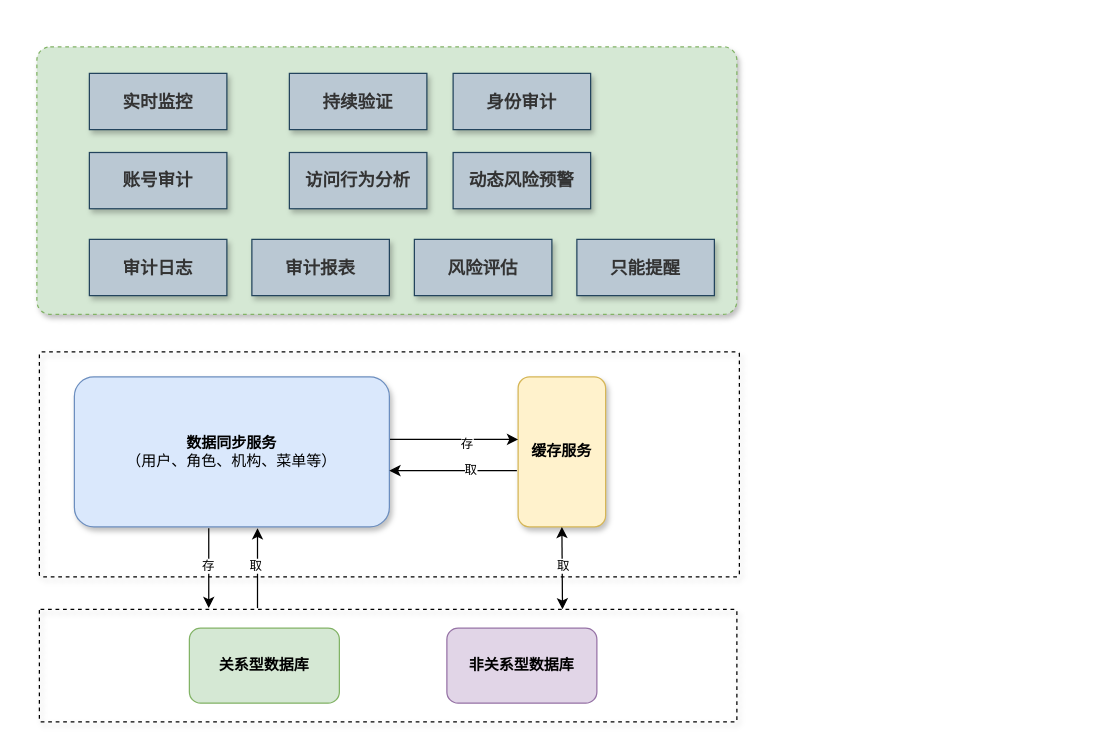
sun-beijixing/drawio keeps this draw.io diagram as page "第 1 页" (1 of 2) of 东庄信息化项目-统一权限管理-审计.drawio. Above is the earlier version. Source tidied: cells renumbered, new cells numbered last; positions are measured from the earlier drawing's top-left corner, leaving out a move shared by most shapes. Both pictures are drawn from the tidied source at 125%, with x=0, y=0 at pixel (36, 46).
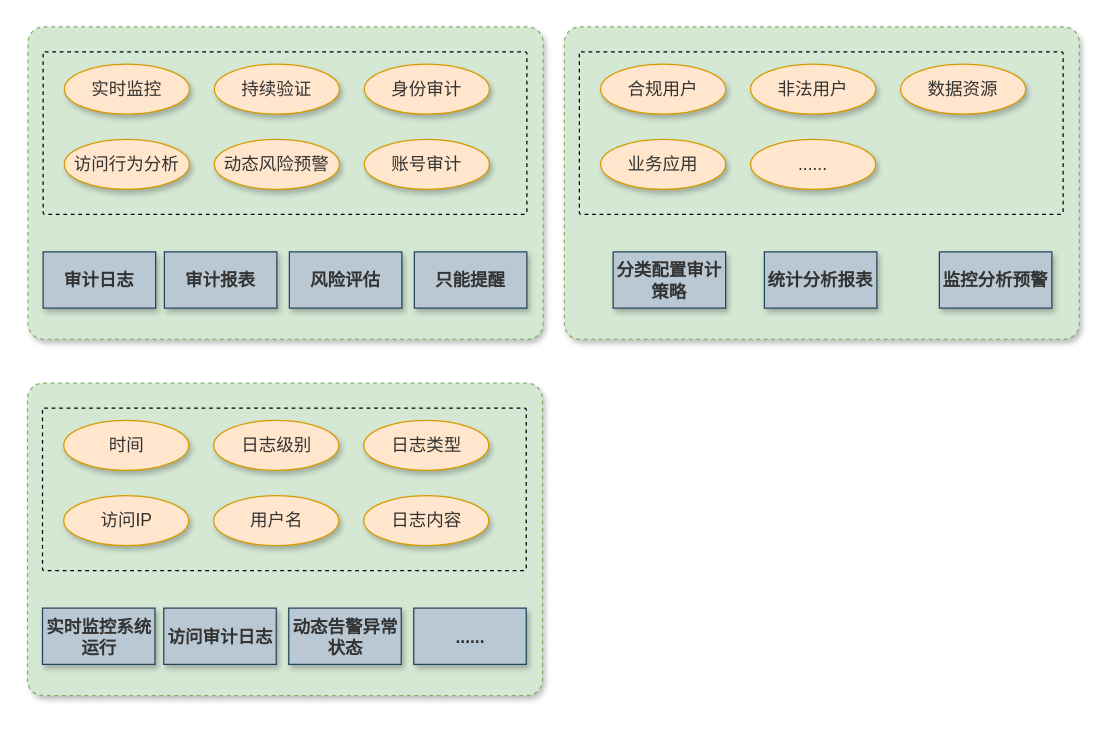
The same page after the edit.

Commit message (it also covers changes not shown here):
更新东庄信息化项目-统一权限管理-审计.drawio

The edit, as a diff of the source:
```diff
@@
+    <mxCell id="3" style="rounded=1;whiteSpace=wrap;html=1;shadow=1;fontSize=11;strokeWidth=1;fillColor=#d5e8d4;dashed=1;arcSize=5;strokeColor=#82b366;" parent="1" vertex="1">
+      <mxGeometry x="-7" y="-16" width="412" height="250" as="geometry" />
+    </mxCell>
-    <mxCell id="2" style="text;html=1;fillColor=none;align=center;verticalAlign=middle;whiteSpace=wrap;fontSize=54;fontStyle=1;shadow=1;rounded=1;glass=0;sketch=0;arcSize=1;dashed=1;strokeWidth=1;strokeColor=default;" parent="1" vertex="1">
-      <mxGeometry x="2" y="244" width="560" height="180" as="geometry" />
+    <mxCell id="2" style="text;html=1;fillColor=none;align=center;verticalAlign=middle;whiteSpace=wrap;fontSize=54;fontStyle=1;shadow=0;rounded=1;glass=0;sketch=0;arcSize=1;dashed=1;strokeWidth=1;strokeColor=default;" parent="1" vertex="1">
+      <mxGeometry x="5" y="4" width="387" height="130" as="geometry" />
     </mxCell>
-    <mxCell id="3" style="rounded=1;whiteSpace=wrap;html=1;shadow=1;fontSize=11;strokeWidth=1;fillColor=#d5e8d4;dashed=1;arcSize=5;strokeColor=#82b366;" parent="1" vertex="1">
-      <mxGeometry width="560" height="214" as="geometry" />
-    </mxCell>
-    <mxCell id="4" value="&lt;b style=&quot;color: rgb(51, 51, 51); font-size: 14px;&quot;&gt;实时监控&lt;/b&gt;" style="rounded=0;whiteSpace=wrap;html=1;shadow=1;fontSize=11;strokeColor=#23445d;strokeWidth=1;fillColor=#bac8d3;" parent="1" vertex="1">
-      <mxGeometry x="42" y="21.2" width="110" height="45" as="geometry" />
-    </mxCell>
-    <mxCell id="5" value="&lt;b style=&quot;color: rgb(51, 51, 51); font-size: 14px;&quot;&gt;账号审计&lt;/b&gt;" style="rounded=0;whiteSpace=wrap;html=1;shadow=1;fontSize=11;strokeColor=#23445d;strokeWidth=1;fillColor=#bac8d3;" parent="1" vertex="1">
-      <mxGeometry x="42" y="84.5" width="110" height="45" as="geometry" />
-    </mxCell>
-    <mxCell id="6" style="text;html=1;fillColor=none;align=center;verticalAlign=middle;whiteSpace=wrap;fontSize=54;fontStyle=1;shadow=1;rounded=1;glass=0;sketch=0;arcSize=1;dashed=1;strokeWidth=1;strokeColor=default;" parent="1" vertex="1">
-      <mxGeometry x="2" y="450" width="558" height="90" as="geometry" />
-    </mxCell>
-    <mxCell id="7" value="&lt;b&gt;关系型数据库&lt;/b&gt;" style="rounded=1;whiteSpace=wrap;html=1;fillColor=#d5e8d4;strokeColor=#82b366;" parent="1" vertex="1">
-      <mxGeometry x="122" y="465" width="120" height="60" as="geometry" />
-    </mxCell>
-    <mxCell id="8" value="&lt;b&gt;非关系型数据库&lt;/b&gt;" style="rounded=1;whiteSpace=wrap;html=1;fillColor=#e1d5e7;strokeColor=#9673a6;" parent="1" vertex="1">
-      <mxGeometry x="328" y="465" width="120" height="60" as="geometry" />
-    </mxCell>
-    <mxCell id="9" value="&lt;b&gt;缓存服务&lt;/b&gt;" style="rounded=1;whiteSpace=wrap;html=1;fillColor=#fff2cc;strokeColor=#d6b656;shadow=1;arcSize=13;" parent="1" vertex="1">
-      <mxGeometry x="385" y="264" width="70" height="120" as="geometry" />
-    </mxCell>
-    <mxCell id="10" style="endArrow=classic;html=1;rounded=0;fontSize=10;entryX=0;entryY=0.5;entryDx=0;entryDy=0;exitX=1;exitY=0.5;exitDx=0;exitDy=0;" parent="1" edge="1">
-      <mxGeometry relative="1" as="geometry">
-        <mxPoint x="278" y="314" as="sourcePoint" />
-        <mxPoint x="385" y="314" as="targetPoint" />
-      </mxGeometry>
-    </mxCell>
-    <mxCell id="11" value="存" style="edgeLabel;html=1;align=center;verticalAlign=middle;fontSize=10;" parent="10" vertex="1">
-      <mxGeometry x="0.21" y="-2" relative="1" as="geometry" />
-    </mxCell>
-    <mxCell id="12" style="endArrow=classic;startArrow=classic;html=1;rounded=0;fontSize=11;fontColor=#000000;strokeColor=#000000;jumpStyle=none;entryX=0.5;entryY=1;entryDx=0;entryDy=0;exitX=0.75;exitY=0;exitDx=0;exitDy=0;" parent="1" edge="1" source="6" target="9">
-      <mxGeometry relative="1" as="geometry" />
-    </mxCell>
-    <mxCell id="13" value="取" style="edgeLabel;html=1;align=center;verticalAlign=middle;fontSize=10;" parent="12" vertex="1">
-      <mxGeometry x="-0.38" y="-1" relative="1" as="geometry">
-        <mxPoint x="-1" y="-15" as="offset" />
-      </mxGeometry>
-    </mxCell>
-    <mxCell id="14" value="&lt;b&gt;数据同步服务&lt;/b&gt;&lt;br&gt;（用户、角色、机构、菜单等）" style="rounded=1;whiteSpace=wrap;html=1;fillColor=#dae8fc;strokeColor=#6c8ebf;shadow=1;arcSize=13;" parent="1" vertex="1">
-      <mxGeometry x="30" y="264" width="252" height="120" as="geometry" />
-    </mxCell>
-    <mxCell id="15" style="endArrow=classic;html=1;rounded=0;fontSize=10;entryX=0.5;entryY=0;entryDx=0;entryDy=0;exitX=0.25;exitY=1;exitDx=0;exitDy=0;" parent="1" edge="1">
-      <mxGeometry relative="1" as="geometry">
-        <mxPoint x="137.5" y="385" as="sourcePoint" />
-        <mxPoint x="137.5" y="449" as="targetPoint" />
-      </mxGeometry>
-    </mxCell>
-    <mxCell id="16" value="存" style="edgeLabel;html=1;align=center;verticalAlign=middle;fontSize=10;" parent="15" vertex="1">
-      <mxGeometry x="-0.34" relative="1" as="geometry">
-        <mxPoint x="-1" y="8" as="offset" />
-      </mxGeometry>
-    </mxCell>
-    <mxCell id="17" style="endArrow=classic;html=1;rounded=0;fontSize=10;exitX=1;exitY=0.5;exitDx=0;exitDy=0;" parent="1" edge="1">
-      <mxGeometry relative="1" as="geometry">
-        <mxPoint x="384" y="339" as="sourcePoint" />
-        <mxPoint x="282" y="339" as="targetPoint" />
-      </mxGeometry>
-    </mxCell>
-    <mxCell id="18" value="取" style="edgeLabel;html=1;align=center;verticalAlign=middle;fontSize=10;" parent="17" vertex="1">
-      <mxGeometry x="-0.25" y="-2" relative="1" as="geometry" />
-    </mxCell>
-    <mxCell id="19" style="endArrow=classic;html=1;rounded=0;fontSize=10;entryX=0.5;entryY=0;entryDx=0;entryDy=0;exitX=0.25;exitY=1;exitDx=0;exitDy=0;" parent="1" edge="1">
-      <mxGeometry relative="1" as="geometry">
-        <mxPoint x="176.5" y="449" as="sourcePoint" />
-        <mxPoint x="176.5" y="385" as="targetPoint" />
-      </mxGeometry>
-    </mxCell>
-    <mxCell id="20" value="取" style="edgeLabel;html=1;align=center;verticalAlign=middle;fontSize=10;" parent="19" vertex="1">
-      <mxGeometry x="0.41" y="2" relative="1" as="geometry">
-        <mxPoint y="10" as="offset" />
-      </mxGeometry>
-    </mxCell>
-    <mxCell id="21" value="&lt;b style=&quot;color: rgb(51, 51, 51); font-size: 14px;&quot;&gt;持续验证&lt;/b&gt;" style="rounded=0;whiteSpace=wrap;html=1;shadow=1;fontSize=11;strokeColor=#23445d;strokeWidth=1;fillColor=#bac8d3;" parent="1" vertex="1">
-      <mxGeometry x="202" y="21.2" width="110" height="45" as="geometry" />
-    </mxCell>
-    <mxCell id="22" value="&lt;b style=&quot;color: rgb(51, 51, 51); font-size: 14px;&quot;&gt;身份审计&lt;/b&gt;" style="rounded=0;whiteSpace=wrap;html=1;shadow=1;fontSize=11;strokeColor=#23445d;strokeWidth=1;fillColor=#bac8d3;" parent="1" vertex="1">
-      <mxGeometry x="333" y="21.2" width="110" height="45" as="geometry" />
-    </mxCell>
-    <mxCell id="23" value="&lt;b style=&quot;color: rgb(51, 51, 51); font-size: 14px;&quot;&gt;访问行为分析&lt;/b&gt;" style="rounded=0;whiteSpace=wrap;html=1;shadow=1;fontSize=11;strokeColor=#23445d;strokeWidth=1;fillColor=#bac8d3;" parent="1" vertex="1">
-      <mxGeometry x="202" y="84.5" width="110" height="45" as="geometry" />
-    </mxCell>
-    <mxCell id="24" value="&lt;b style=&quot;color: rgb(51, 51, 51); font-size: 14px;&quot;&gt;动态风险预警&lt;/b&gt;" style="rounded=0;whiteSpace=wrap;html=1;shadow=1;fontSize=11;strokeColor=#23445d;strokeWidth=1;fillColor=#bac8d3;" parent="1" vertex="1">
-      <mxGeometry x="333" y="84.5" width="110" height="45" as="geometry" />
-    </mxCell>
     <mxCell id="25" value="&lt;b style=&quot;color: rgb(51, 51, 51); font-size: 14px;&quot;&gt;审计日志&lt;/b&gt;" style="rounded=0;whiteSpace=wrap;html=1;shadow=1;fontSize=11;strokeColor=#23445d;strokeWidth=1;fillColor=#bac8d3;" parent="1" vertex="1">
-      <mxGeometry x="42" y="154" width="110" height="45" as="geometry" />
+      <mxGeometry x="5" y="164" width="90" height="45" as="geometry" />
     </mxCell>
     <mxCell id="26" value="&lt;b style=&quot;color: rgb(51, 51, 51); font-size: 14px;&quot;&gt;审计报表&lt;/b&gt;" style="rounded=0;whiteSpace=wrap;html=1;shadow=1;fontSize=11;strokeColor=#23445d;strokeWidth=1;fillColor=#bac8d3;" parent="1" vertex="1">
-      <mxGeometry x="172" y="154" width="110" height="45" as="geometry" />
+      <mxGeometry x="102" y="164" width="90" height="45" as="geometry" />
     </mxCell>
     <mxCell id="27" value="&lt;font color=&quot;#333333&quot;&gt;&lt;span style=&quot;font-size: 14px;&quot;&gt;&lt;b&gt;风险评估&lt;/b&gt;&lt;/span&gt;&lt;/font&gt;" style="rounded=0;whiteSpace=wrap;html=1;shadow=1;fontSize=11;strokeColor=#23445d;strokeWidth=1;fillColor=#bac8d3;" parent="1" vertex="1">
-      <mxGeometry x="302" y="154" width="110" height="45" as="geometry" />
+      <mxGeometry x="202" y="164" width="90" height="45" as="geometry" />
     </mxCell>
     <mxCell id="28" value="&lt;font color=&quot;#333333&quot;&gt;&lt;span style=&quot;font-size: 14px;&quot;&gt;&lt;b&gt;只能提醒&lt;/b&gt;&lt;/span&gt;&lt;/font&gt;" style="rounded=0;whiteSpace=wrap;html=1;shadow=1;fontSize=11;strokeColor=#23445d;strokeWidth=1;fillColor=#bac8d3;" parent="1" vertex="1">
-      <mxGeometry x="432" y="154" width="110" height="45" as="geometry" />
+      <mxGeometry x="302" y="164" width="90" height="45" as="geometry" />
     </mxCell>
+    <mxCell id="4" value="&lt;span style=&quot;color: rgb(51, 51, 51); font-size: 14px;&quot;&gt;实时监控&lt;/span&gt;" style="ellipse;whiteSpace=wrap;html=1;shadow=1;fontSize=10;fillColor=#ffe6cc;strokeColor=#d79b00;" parent="1" vertex="1">
+      <mxGeometry x="22" y="13.8" width="100" height="40" as="geometry" />
+    </mxCell>
+    <mxCell id="21" value="&lt;span style=&quot;color: rgb(51, 51, 51); font-size: 14px;&quot;&gt;持续验证&lt;/span&gt;" style="ellipse;whiteSpace=wrap;html=1;shadow=1;fontSize=10;fillColor=#ffe6cc;strokeColor=#d79b00;" parent="1" vertex="1">
+      <mxGeometry x="142" y="13.8" width="100" height="40" as="geometry" />
+    </mxCell>
+    <mxCell id="22" value="&lt;span style=&quot;color: rgb(51, 51, 51); font-size: 14px;&quot;&gt;身份审计&lt;/span&gt;" style="ellipse;whiteSpace=wrap;html=1;shadow=1;fontSize=10;fillColor=#ffe6cc;strokeColor=#d79b00;" parent="1" vertex="1">
+      <mxGeometry x="262" y="13.8" width="100" height="40" as="geometry" />
+    </mxCell>
+    <mxCell id="5" value="&lt;span style=&quot;color: rgb(51, 51, 51); font-size: 14px;&quot;&gt;账号审计&lt;/span&gt;" style="ellipse;whiteSpace=wrap;html=1;shadow=1;fontSize=10;fillColor=#ffe6cc;strokeColor=#d79b00;" parent="1" vertex="1">
+      <mxGeometry x="262" y="74" width="100" height="40" as="geometry" />
+    </mxCell>
+    <mxCell id="23" value="&lt;span style=&quot;color: rgb(51, 51, 51); font-size: 14px;&quot;&gt;访问行为分析&lt;/span&gt;" style="ellipse;whiteSpace=wrap;html=1;shadow=1;fontSize=10;fillColor=#ffe6cc;strokeColor=#d79b00;" parent="1" vertex="1">
+      <mxGeometry x="22" y="74" width="100" height="40" as="geometry" />
+    </mxCell>
+    <mxCell id="24" value="&lt;span style=&quot;color: rgb(51, 51, 51); font-size: 14px;&quot;&gt;动态风险预警&lt;/span&gt;" style="ellipse;whiteSpace=wrap;html=1;shadow=1;fontSize=10;fillColor=#ffe6cc;strokeColor=#d79b00;" parent="1" vertex="1">
+      <mxGeometry x="142" y="74" width="100" height="40" as="geometry" />
+    </mxCell>
+    <mxCell id="29" style="rounded=1;whiteSpace=wrap;html=1;shadow=1;fontSize=11;strokeWidth=1;fillColor=#d5e8d4;dashed=1;arcSize=5;strokeColor=#82b366;" parent="1" vertex="1">
+      <mxGeometry x="422" y="-16" width="412" height="250" as="geometry" />
+    </mxCell>
+    <mxCell id="30" style="text;html=1;fillColor=none;align=center;verticalAlign=middle;whiteSpace=wrap;fontSize=54;fontStyle=1;shadow=0;rounded=1;glass=0;sketch=0;arcSize=1;dashed=1;strokeWidth=1;strokeColor=default;" parent="1" vertex="1">
+      <mxGeometry x="434" y="4" width="387" height="130" as="geometry" />
+    </mxCell>
+    <mxCell id="31" value="&lt;font color=&quot;#333333&quot;&gt;&lt;span style=&quot;font-size: 14px;&quot;&gt;&lt;b&gt;分类配置审计策略&lt;/b&gt;&lt;/span&gt;&lt;/font&gt;" style="rounded=0;whiteSpace=wrap;html=1;shadow=1;fontSize=11;strokeColor=#23445d;strokeWidth=1;fillColor=#bac8d3;" parent="1" vertex="1">
+      <mxGeometry x="461" y="164" width="90" height="45" as="geometry" />
+    </mxCell>
+    <mxCell id="32" value="&lt;b style=&quot;color: rgb(51, 51, 51); font-size: 14px;&quot;&gt;统计分析报表&lt;/b&gt;" style="rounded=0;whiteSpace=wrap;html=1;shadow=1;fontSize=11;strokeColor=#23445d;strokeWidth=1;fillColor=#bac8d3;" parent="1" vertex="1">
+      <mxGeometry x="582" y="164" width="90" height="45" as="geometry" />
+    </mxCell>
+    <mxCell id="33" value="&lt;font color=&quot;#333333&quot;&gt;&lt;span style=&quot;font-size: 14px;&quot;&gt;&lt;b&gt;监控分析预警&lt;/b&gt;&lt;/span&gt;&lt;/font&gt;" style="rounded=0;whiteSpace=wrap;html=1;shadow=1;fontSize=11;strokeColor=#23445d;strokeWidth=1;fillColor=#bac8d3;" parent="1" vertex="1">
+      <mxGeometry x="722" y="164" width="90" height="45" as="geometry" />
+    </mxCell>
+    <mxCell id="34" value="&lt;span style=&quot;color: rgb(51, 51, 51); font-size: 14px;&quot;&gt;合规用户&lt;/span&gt;" style="ellipse;whiteSpace=wrap;html=1;shadow=1;fontSize=10;fillColor=#ffe6cc;strokeColor=#d79b00;" parent="1" vertex="1">
+      <mxGeometry x="451" y="13.8" width="100" height="40" as="geometry" />
+    </mxCell>
+    <mxCell id="35" value="&lt;span style=&quot;color: rgb(51, 51, 51); font-size: 14px;&quot;&gt;非法用户&lt;/span&gt;" style="ellipse;whiteSpace=wrap;html=1;shadow=1;fontSize=10;fillColor=#ffe6cc;strokeColor=#d79b00;" parent="1" vertex="1">
+      <mxGeometry x="571" y="13.8" width="100" height="40" as="geometry" />
+    </mxCell>
+    <mxCell id="36" value="&lt;span style=&quot;color: rgb(51, 51, 51); font-size: 14px;&quot;&gt;数据资源&lt;/span&gt;" style="ellipse;whiteSpace=wrap;html=1;shadow=1;fontSize=10;fillColor=#ffe6cc;strokeColor=#d79b00;" parent="1" vertex="1">
+      <mxGeometry x="691" y="13.8" width="100" height="40" as="geometry" />
+    </mxCell>
+    <mxCell id="37" value="&lt;span style=&quot;color: rgb(51, 51, 51); font-size: 14px;&quot;&gt;业务应用&lt;/span&gt;" style="ellipse;whiteSpace=wrap;html=1;shadow=1;fontSize=10;fillColor=#ffe6cc;strokeColor=#d79b00;" parent="1" vertex="1">
+      <mxGeometry x="451" y="74" width="100" height="40" as="geometry" />
+    </mxCell>
+    <mxCell id="38" value="&lt;font color=&quot;#333333&quot;&gt;&lt;span style=&quot;font-size: 14px;&quot;&gt;......&lt;/span&gt;&lt;/font&gt;" style="ellipse;whiteSpace=wrap;html=1;shadow=1;fontSize=10;fillColor=#ffe6cc;strokeColor=#d79b00;" parent="1" vertex="1">
+      <mxGeometry x="571" y="74" width="100" height="40" as="geometry" />
+    </mxCell>
+    <mxCell id="39" style="rounded=1;whiteSpace=wrap;html=1;shadow=1;fontSize=11;strokeWidth=1;fillColor=#d5e8d4;dashed=1;arcSize=5;strokeColor=#82b366;" parent="1" vertex="1">
+      <mxGeometry x="-7.5" y="269" width="412" height="250" as="geometry" />
+    </mxCell>
+    <mxCell id="40" style="text;html=1;fillColor=none;align=center;verticalAlign=middle;whiteSpace=wrap;fontSize=54;fontStyle=1;shadow=0;rounded=1;glass=0;sketch=0;arcSize=1;dashed=1;strokeWidth=1;strokeColor=default;" parent="1" vertex="1">
+      <mxGeometry x="4.5" y="289" width="387" height="130" as="geometry" />
+    </mxCell>
+    <mxCell id="41" value="&lt;b style=&quot;color: rgb(51, 51, 51); font-size: 14px;&quot;&gt;实时监控系统运行&lt;/b&gt;" style="rounded=0;whiteSpace=wrap;html=1;shadow=1;fontSize=11;strokeColor=#23445d;strokeWidth=1;fillColor=#bac8d3;" parent="1" vertex="1">
+      <mxGeometry x="4.5" y="449" width="90" height="45" as="geometry" />
+    </mxCell>
+    <mxCell id="42" value="&lt;b style=&quot;color: rgb(51, 51, 51); font-size: 14px;&quot;&gt;访问审计日志&lt;/b&gt;" style="rounded=0;whiteSpace=wrap;html=1;shadow=1;fontSize=11;strokeColor=#23445d;strokeWidth=1;fillColor=#bac8d3;" parent="1" vertex="1">
+      <mxGeometry x="101.5" y="449" width="90" height="45" as="geometry" />
+    </mxCell>
+    <mxCell id="43" value="&lt;font color=&quot;#333333&quot;&gt;&lt;span style=&quot;font-size: 14px;&quot;&gt;&lt;b&gt;动态告警异常状态&lt;/b&gt;&lt;/span&gt;&lt;/font&gt;" style="rounded=0;whiteSpace=wrap;html=1;shadow=1;fontSize=11;strokeColor=#23445d;strokeWidth=1;fillColor=#bac8d3;" parent="1" vertex="1">
+      <mxGeometry x="201.5" y="449" width="90" height="45" as="geometry" />
+    </mxCell>
+    <mxCell id="44" value="&lt;font color=&quot;#333333&quot;&gt;&lt;span style=&quot;font-size: 14px;&quot;&gt;&lt;b&gt;......&lt;/b&gt;&lt;/span&gt;&lt;/font&gt;" style="rounded=0;whiteSpace=wrap;html=1;shadow=1;fontSize=11;strokeColor=#23445d;strokeWidth=1;fillColor=#bac8d3;" parent="1" vertex="1">
+      <mxGeometry x="301.5" y="449" width="90" height="45" as="geometry" />
+    </mxCell>
+    <mxCell id="45" value="&lt;font color=&quot;#333333&quot;&gt;&lt;span style=&quot;font-size: 14px;&quot;&gt;时间&lt;/span&gt;&lt;/font&gt;" style="ellipse;whiteSpace=wrap;html=1;shadow=1;fontSize=10;fillColor=#ffe6cc;strokeColor=#d79b00;" parent="1" vertex="1">
+      <mxGeometry x="21.5" y="298.8" width="100" height="40" as="geometry" />
+    </mxCell>
+    <mxCell id="46" value="&lt;span style=&quot;color: rgb(51, 51, 51); font-size: 14px;&quot;&gt;日志级别&lt;/span&gt;" style="ellipse;whiteSpace=wrap;html=1;shadow=1;fontSize=10;fillColor=#ffe6cc;strokeColor=#d79b00;" parent="1" vertex="1">
+      <mxGeometry x="141.5" y="298.8" width="100" height="40" as="geometry" />
+    </mxCell>
+    <mxCell id="47" value="&lt;span style=&quot;color: rgb(51, 51, 51); font-size: 14px;&quot;&gt;日志类型&lt;/span&gt;" style="ellipse;whiteSpace=wrap;html=1;shadow=1;fontSize=10;fillColor=#ffe6cc;strokeColor=#d79b00;" parent="1" vertex="1">
+      <mxGeometry x="261.5" y="298.8" width="100" height="40" as="geometry" />
+    </mxCell>
+    <mxCell id="48" value="&lt;span style=&quot;color: rgb(51, 51, 51); font-size: 14px;&quot;&gt;日志内容&lt;/span&gt;" style="ellipse;whiteSpace=wrap;html=1;shadow=1;fontSize=10;fillColor=#ffe6cc;strokeColor=#d79b00;" parent="1" vertex="1">
+      <mxGeometry x="261.5" y="359" width="100" height="40" as="geometry" />
+    </mxCell>
+    <mxCell id="49" value="&lt;span style=&quot;color: rgb(51, 51, 51); font-size: 14px;&quot;&gt;访问IP&lt;/span&gt;" style="ellipse;whiteSpace=wrap;html=1;shadow=1;fontSize=10;fillColor=#ffe6cc;strokeColor=#d79b00;" parent="1" vertex="1">
+      <mxGeometry x="21.5" y="359" width="100" height="40" as="geometry" />
+    </mxCell>
+    <mxCell id="50" value="&lt;font color=&quot;#333333&quot;&gt;&lt;span style=&quot;font-size: 14px;&quot;&gt;用户名&lt;/span&gt;&lt;/font&gt;" style="ellipse;whiteSpace=wrap;html=1;shadow=1;fontSize=10;fillColor=#ffe6cc;strokeColor=#d79b00;" parent="1" vertex="1">
+      <mxGeometry x="141.5" y="359" width="100" height="40" as="geometry" />
+    </mxCell>
```
